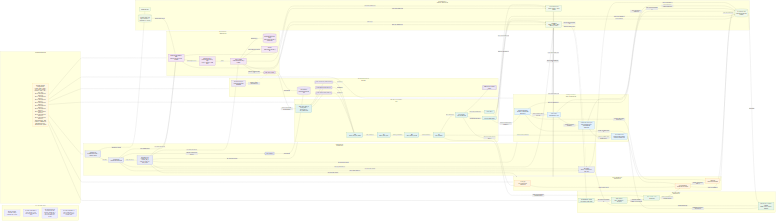
Earlier version of the Mermaid export docs/design/platform/dev_full/graph/readiness/dev_full_platform_network_production_ready_current_v0.mermaid.png (EsosaOrumwese/fraud-detection-system). Its source is kept beside it as docs/design/platform/dev_full/graph/readiness/dev_full_platform_network_production_ready_current_v0.mermaid.mmd.
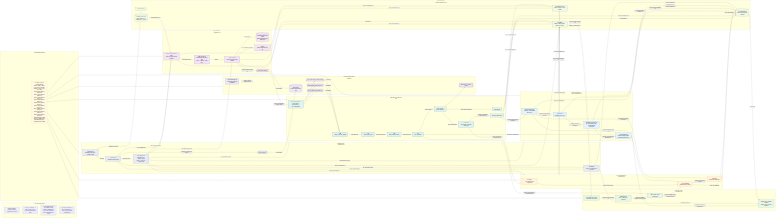
Later version of the same file.

Commit message:
Clarify action layer in readiness graphs

Diff of the diagram source:
```diff
@@ -40,6 +40,7 @@
     OFP["OFP<br>online_feature_provider"]
     DF["DF<br>decision function"]
     DL["Decision Lane<br>decision publication"]
+    AL["Action Layer<br>action intent / outcome publication"]
     DLA["Decision Ledger Append"]
     ARCH["Archive Writer"]
   end
@@ -124,10 +125,11 @@
   IEG -->|supplies graph truth to| OFP
   OFP -->|supplies features to| DF
   DF -->|emits decisions to| DL
-  DL -->|appends decision truth to| DLA
+  DL -->|emits action intent to| AL
+  AL -->|appends action-linked decision truth to| DLA
   DL -->|feeds archival evidence to| ARCH
   DL --> TDEC
-  DL -->|emits case-worthy decision truth to| CTRIG
+  AL -->|emits case-worthy outcome truth to| CTRIG
   CTRIG -->|opens or reuses cases in| CM
   CM -->|commits authoritative labels to| LS
 
@@ -183,7 +185,7 @@
   class NOTE note;
   class GHA,SFN,CTRLBUS,RUNID,RUNCTL control;
   class WSP,HTTPAPI,IGLAMBDA,IGDLQ,IGDDB,TTRAFFIC ingress;
-  class RINTAKE,CSFB,IEG,OFP,DF,DL,DLA,ARCH rtdl;
+  class RINTAKE,CSFB,IEG,OFP,DF,DL,AL,DLA,ARCH rtdl;
   class CTRIG,CM,LS caselabel;
   class OFS,MF,MPR,ACTIVEBUNDLE learning;
   class OPSDASH,RUNBOOK,DRIFTCHK,IDLECTRL opsgov;
```
